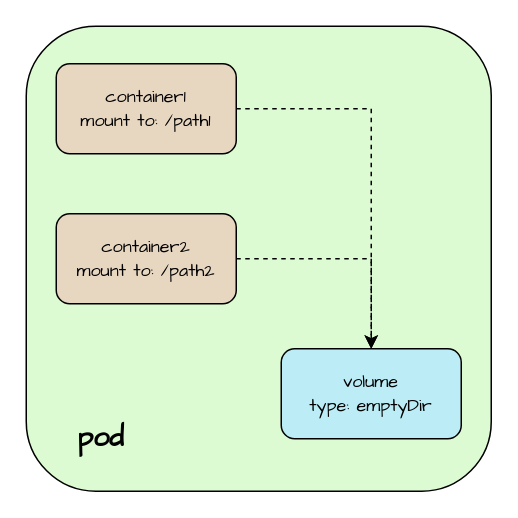
xwcq/Just keeps this draw.io diagram as Untitled Diagram.drawio. Above is the earlier version. Source tidied: cells renumbered, new cells numbered last; positions are measured from the earlier drawing's top-left corner, leaving out a move shared by most shapes. Both pictures are drawn from the tidied source at 150%, with x=0, y=0 at pixel (26, 26).
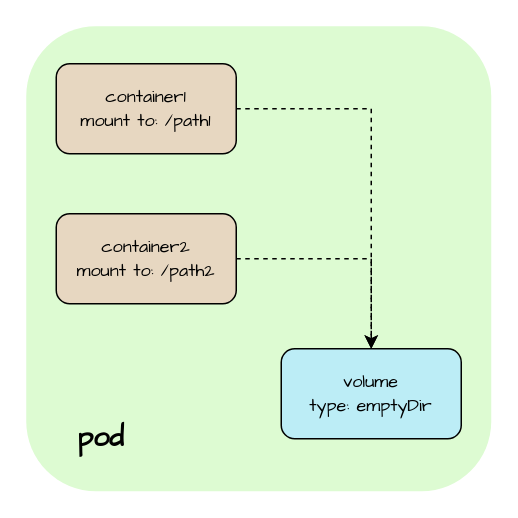
The same diagram, later.

Change to the diagram source:
```diff
@@
 <mxGraphModel>
   <root>
     <mxCell id="0" />
     <mxCell id="1" parent="0" />
-    <mxCell id="2" style="rounded=1;whiteSpace=wrap;html=1;shadow=0;glass=0;labelBackgroundColor=none;sketch=0;fontFamily=Comic Sans MS;fontSize=19;fillColor=#DDFBD2;gradientColor=none;" parent="1" vertex="1">
+    <mxCell id="2" style="rounded=1;whiteSpace=wrap;html=1;shadow=0;glass=0;labelBackgroundColor=none;sketch=0;fontFamily=Comic Sans MS;fontSize=19;fillColor=#DDFBD2;gradientColor=none;strokeColor=none;fillOpacity=100;movableLabel=0;comic=0;imageAspect=1;" parent="1" vertex="1">
       <mxGeometry width="310" height="310" as="geometry" />
     </mxCell>
     <mxCell id="3" value="&lt;font face=&quot;Comic Sans MS&quot;&gt;container2&lt;br&gt;mount to: /path2&lt;/font&gt;" style="rounded=1;whiteSpace=wrap;html=1;fillColor=#E7D7C1;" parent="1" vertex="1">
       <mxGeometry x="20" y="125" width="120" height="60" as="geometry" />
     </mxCell>
     <mxCell id="4" value="&lt;font face=&quot;Comic Sans MS&quot;&gt;container1&lt;br&gt;mount to: /path1&lt;/font&gt;" style="rounded=1;whiteSpace=wrap;html=1;labelBackgroundColor=none;fillColor=#E7D7C1;" parent="1" vertex="1">
       <mxGeometry x="20" y="25" width="120" height="60" as="geometry" />
     </mxCell>
     <mxCell id="5" value="&lt;font face=&quot;Comic Sans MS&quot;&gt;volume&lt;br&gt;type: emptyDir&lt;/font&gt;" style="rounded=1;whiteSpace=wrap;html=1;fillColor=#BCEDF6;" parent="1" vertex="1">
       <mxGeometry x="170" y="215" width="120" height="60" as="geometry" />
     </mxCell>
     <mxCell id="6" value="&lt;font style=&quot;font-size: 19px&quot;&gt;&lt;b&gt;pod&lt;/b&gt;&lt;/font&gt;" style="text;html=1;strokeColor=none;fillColor=none;align=center;verticalAlign=middle;whiteSpace=wrap;rounded=0;shadow=0;glass=0;labelBackgroundColor=none;fontFamily=Comic Sans MS;" parent="1" vertex="1">
       <mxGeometry x="20" y="255" width="60" height="40" as="geometry" />
     </mxCell>
     <mxCell id="7" style="endArrow=classic;html=1;rounded=0;fontFamily=Comic Sans MS;fontSize=19;dashed=1;exitX=1;exitY=0.5;exitDx=0;exitDy=0;entryX=0.5;entryY=0;entryDx=0;entryDy=0;" parent="1" edge="1" source="4" target="5">
       <mxGeometry relative="1" as="geometry">
         <Array as="points">
           <mxPoint x="230" y="55" />
         </Array>
       </mxGeometry>
     </mxCell>
     <mxCell id="8" style="endArrow=classic;html=1;rounded=0;fontFamily=Comic Sans MS;fontSize=19;dashed=1;exitX=1;exitY=0.5;exitDx=0;exitDy=0;" parent="1" edge="1" source="3">
       <mxGeometry relative="1" as="geometry">
         <mxPoint x="230" y="215" as="targetPoint" />
         <Array as="points">
           <mxPoint x="230" y="155" />
         </Array>
       </mxGeometry>
     </mxCell>
   </root>
 </mxGraphModel>
```
